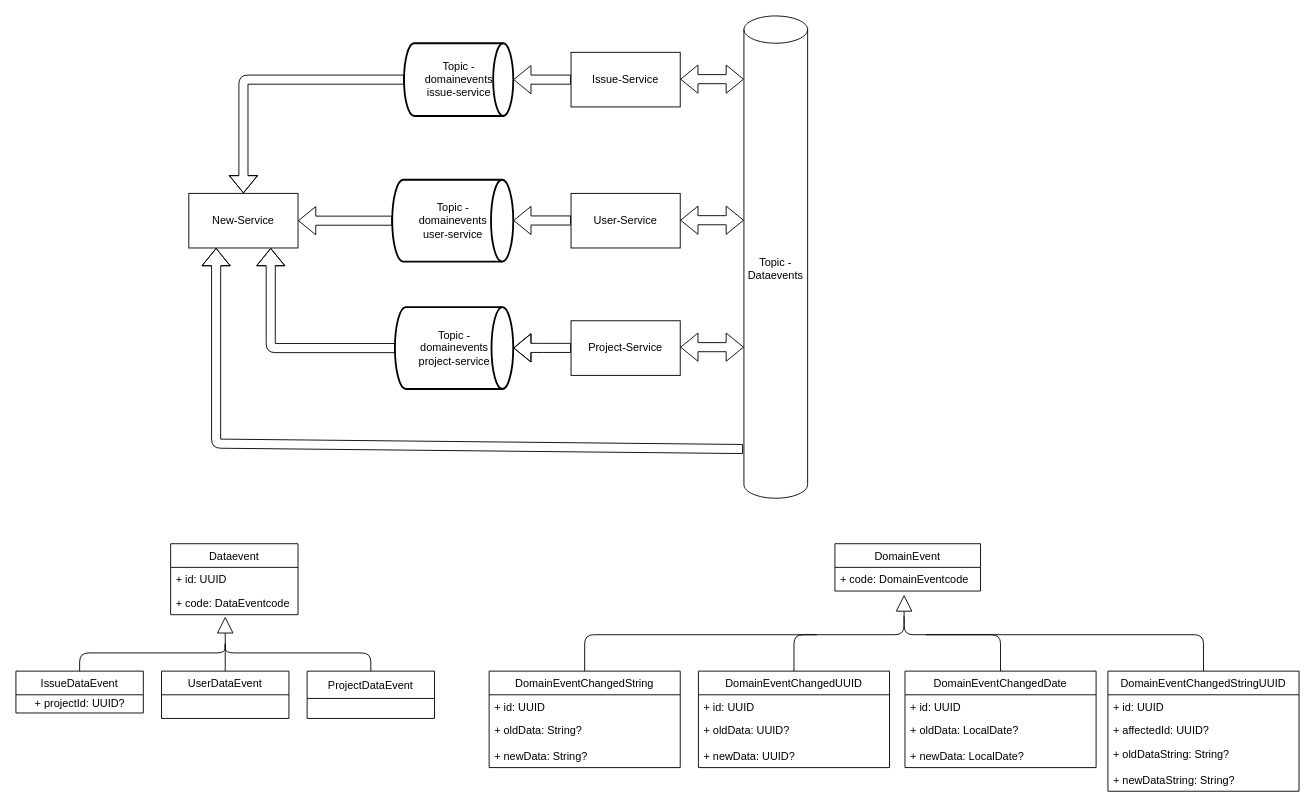
Before: doc/diagrams/Event_Diagram.drawio in microservices-thm-ss21/orga, a draw.io diagram. Source tidied: cells renumbered, new cells numbered last; positions are measured from the earlier drawing's top-left corner, leaving out a move shared by most shapes. Both pictures are drawn from the tidied source at 91%, with x=0, y=0 at pixel (15, 15).
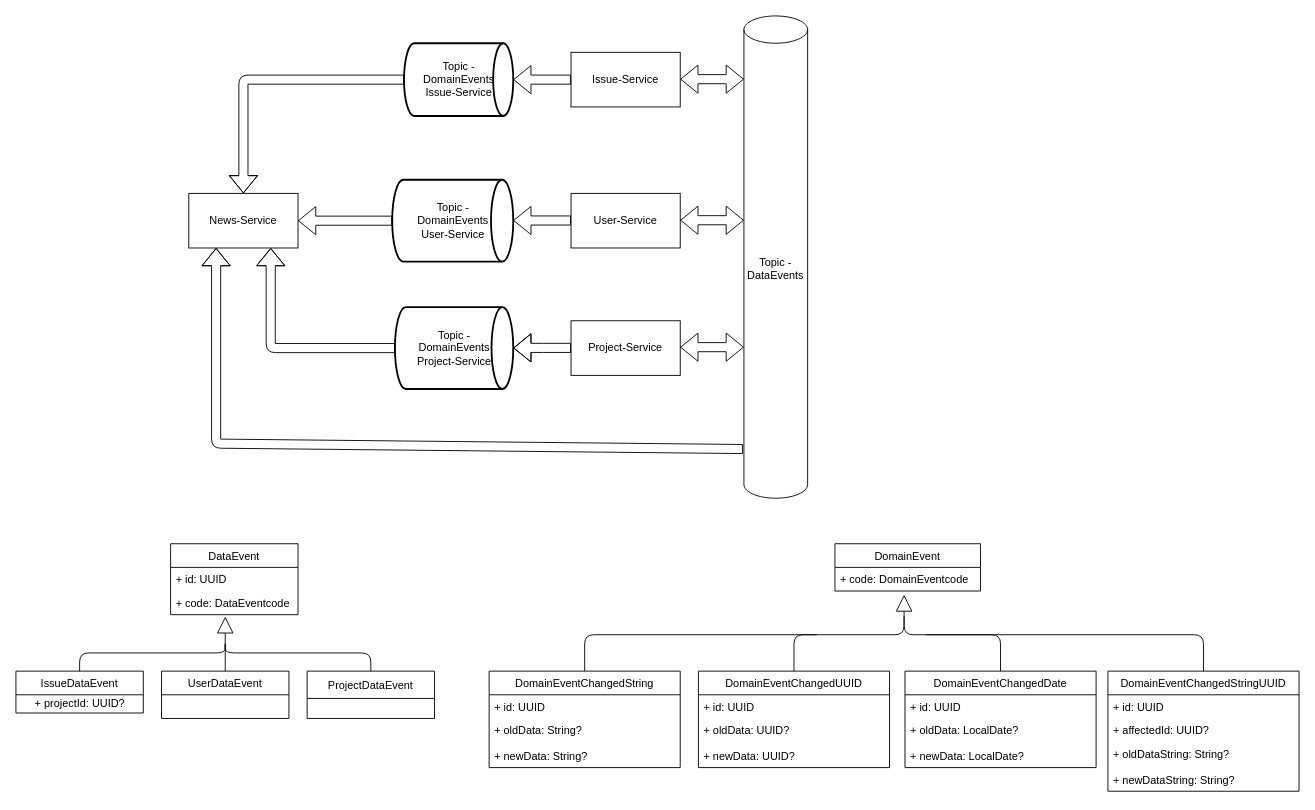
The same page after the edit.

What changed in the source:
```diff
@@
-    <mxCell id="3" value="New-Service" style="rounded=0;whiteSpace=wrap;html=1;" parent="1" vertex="1">
+    <mxCell id="3" value="News-Service" style="rounded=0;whiteSpace=wrap;html=1;" parent="1" vertex="1">
       <mxGeometry x="190" y="195" width="120" height="60" as="geometry" />
     </mxCell>
@@
-    <mxCell id="6" value="Topic - &lt;br&gt;domainevents&lt;br&gt;issue-service" style="strokeWidth=2;html=1;shape=mxgraph.flowchart.direct_data;whiteSpace=wrap;" parent="1" vertex="1">
+    <mxCell id="6" value="Topic - &lt;br&gt;DomainEvents&lt;br&gt;Issue-Service" style="strokeWidth=2;html=1;shape=mxgraph.flowchart.direct_data;whiteSpace=wrap;" parent="1" vertex="1">
       <mxGeometry x="426.5" y="30" width="120" height="80" as="geometry" />
     </mxCell>
-    <mxCell id="7" value="Topic - &lt;br&gt;domainevents&lt;br&gt;project-service" style="strokeWidth=2;html=1;shape=mxgraph.flowchart.direct_data;whiteSpace=wrap;" parent="1" vertex="1">
+    <mxCell id="7" value="Topic - &lt;br&gt;DomainEvents&lt;br&gt;Project-Service" style="strokeWidth=2;html=1;shape=mxgraph.flowchart.direct_data;whiteSpace=wrap;" parent="1" vertex="1">
       <mxGeometry x="416.5" y="320" width="130" height="90" as="geometry" />
     </mxCell>
-    <mxCell id="8" value="Topic - &lt;br&gt;domainevents&lt;br&gt;user-service" style="strokeWidth=2;html=1;shape=mxgraph.flowchart.direct_data;whiteSpace=wrap;rotation=0;" parent="1" vertex="1">
+    <mxCell id="8" value="Topic - &lt;br&gt;DomainEvents&lt;br&gt;User-Service" style="strokeWidth=2;html=1;shape=mxgraph.flowchart.direct_data;whiteSpace=wrap;rotation=0;" parent="1" vertex="1">
       <mxGeometry x="413.5" y="180" width="133" height="90" as="geometry" />
     </mxCell>
-    <mxCell id="9" value="Dataevent" style="swimlane;fontStyle=0;horizontal=1;startSize=26;fillColor=none;" parent="1" vertex="1">
+    <mxCell id="9" value="DataEvent" style="swimlane;fontStyle=0;horizontal=1;startSize=26;fillColor=none;" parent="1" vertex="1">
       <mxGeometry x="170" y="580" width="140" height="78" as="geometry" />
     </mxCell>
@@
-    <mxCell id="17" value="Topic -&lt;br&gt;Dataevents" style="shape=cylinder3;whiteSpace=wrap;html=1;boundedLbl=1;backgroundOutline=1;size=15;" parent="1" vertex="1">
+    <mxCell id="17" value="Topic -&lt;br&gt;DataEvents" style="shape=cylinder3;whiteSpace=wrap;html=1;boundedLbl=1;backgroundOutline=1;size=15;" parent="1" vertex="1">
       <mxGeometry x="800" width="70" height="530" as="geometry" />
     </mxCell>
```
